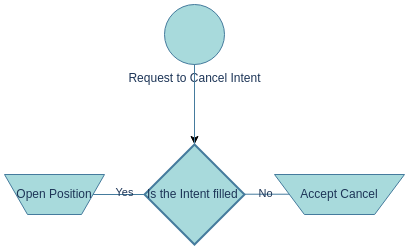
Above: hedger_docs/pngs/CancelIntent.drawio.png in SYMM-IO/docs (draw.io), before the change. Source tidied: cells renumbered, new cells last; positions are measured from the earlier drawing's top-left corner, leaving out a move shared by most shapes. Its diagram source:
```xml
<mxGraphModel>
  <root>
    <mxCell id="0" />
    <mxCell id="1" parent="0" />
    <mxCell id="2" style="edgeStyle=orthogonalEdgeStyle;rounded=0;jettySize=auto;html=1;" parent="1" edge="1" source="3">
      <mxGeometry relative="1" as="geometry">
        <mxPoint x="190" y="140" as="targetPoint" />
      </mxGeometry>
    </mxCell>
    <mxCell id="3" value="Request to Cancel Intent" style="verticalLabelPosition=bottom;verticalAlign=top;html=1;shape=mxgraph.flowchart.on-page_reference;labelBackgroundColor=none;fillColor=#A8DADC;strokeColor=#457B9D;fontColor=#1D3557;" parent="1" vertex="1">
      <mxGeometry x="160" width="60" height="60" as="geometry" />
    </mxCell>
    <mxCell id="4" style="endArrow=none;html=1;rounded=0;exitX=0.5;exitY=0;exitDx=0;exitDy=0;exitPerimeter=0;labelBackgroundColor=none;strokeColor=#457B9D;fontColor=default;" parent="1" edge="1">
      <mxGeometry relative="1" as="geometry">
        <mxPoint x="190" y="140" as="sourcePoint" />
        <mxPoint x="190" y="60" as="targetPoint" />
      </mxGeometry>
    </mxCell>
    <mxCell id="5" value="Is the Intent filled&amp;nbsp;" style="strokeWidth=2;html=1;shape=mxgraph.flowchart.decision;whiteSpace=wrap;fillColor=#A8DADC;strokeColor=#457B9D;labelBackgroundColor=none;fontColor=#1D3557;" parent="1" vertex="1">
      <mxGeometry x="140" y="140" width="100" height="100" as="geometry" />
    </mxCell>
    <mxCell id="6" style="endArrow=none;html=1;rounded=0;entryX=0.5;entryY=1;entryDx=0;entryDy=0;entryPerimeter=0;labelBackgroundColor=none;strokeColor=#457B9D;fontColor=default;" parent="1" edge="1" source="8">
      <mxGeometry relative="1" as="geometry">
        <mxPoint x="139.4" y="190" as="targetPoint" />
      </mxGeometry>
    </mxCell>
    <mxCell id="7" value="Yes" style="edgeLabel;html=1;align=center;verticalAlign=middle;labelBackgroundColor=none;fontColor=#1D3557;" parent="6" vertex="1">
      <mxGeometry x="0.22" y="2" relative="1" as="geometry" />
    </mxCell>
    <mxCell id="8" value="Open Position" style="verticalLabelPosition=middle;verticalAlign=middle;html=1;shape=trapezoid;perimeter=trapezoidPerimeter;whiteSpace=wrap;size=0.23;arcSize=10;flipV=1;labelPosition=center;align=center;strokeColor=#457B9D;fontColor=#1D3557;fillColor=#A8DADC;" parent="1" vertex="1">
      <mxGeometry y="170" width="100" height="40" as="geometry" />
    </mxCell>
    <mxCell id="9" style="endArrow=none;html=1;rounded=0;entryX=0;entryY=0.5;entryDx=0;entryDy=0;entryPerimeter=0;labelBackgroundColor=none;strokeColor=#457B9D;fontColor=default;" parent="1" edge="1">
      <mxGeometry relative="1" as="geometry">
        <mxPoint x="240" y="189.7" as="sourcePoint" />
        <mxPoint x="290" y="189.7" as="targetPoint" />
      </mxGeometry>
    </mxCell>
    <mxCell id="10" value="No" style="edgeLabel;html=1;align=center;verticalAlign=middle;labelBackgroundColor=none;fontColor=#1D3557;" parent="9" vertex="1">
      <mxGeometry x="-0.18" y="1" relative="1" as="geometry" />
    </mxCell>
    <mxCell id="11" value="Accept Cancel" style="verticalLabelPosition=middle;verticalAlign=middle;html=1;shape=trapezoid;perimeter=trapezoidPerimeter;whiteSpace=wrap;size=0.23;arcSize=10;flipV=1;labelPosition=center;align=center;strokeColor=#457B9D;fontColor=#1D3557;fillColor=#A8DADC;" parent="1" vertex="1">
      <mxGeometry x="270" y="170" width="130" height="40" as="geometry" />
    </mxCell>
  </root>
</mxGraphModel>
```
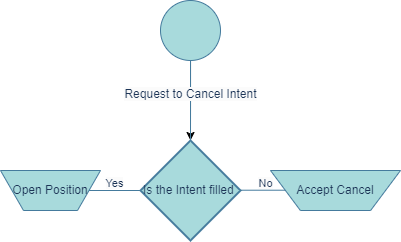
After the change.

Change to the diagram source:
```diff
@@ -7,10 +7,10 @@
         <mxPoint x="190" y="140" as="targetPoint" />
       </mxGeometry>
     </mxCell>
-    <mxCell id="3" value="Request to Cancel Intent" style="verticalLabelPosition=bottom;verticalAlign=top;html=1;shape=mxgraph.flowchart.on-page_reference;labelBackgroundColor=none;fillColor=#A8DADC;strokeColor=#457B9D;fontColor=#1D3557;" parent="1" vertex="1">
+    <mxCell id="3" style="verticalLabelPosition=bottom;verticalAlign=top;html=1;shape=mxgraph.flowchart.on-page_reference;labelBackgroundColor=none;fillColor=#A8DADC;strokeColor=#457B9D;fontColor=#1D3557;" parent="1" vertex="1">
       <mxGeometry x="160" width="60" height="60" as="geometry" />
     </mxCell>
-    <mxCell id="4" style="endArrow=none;html=1;rounded=0;exitX=0.5;exitY=0;exitDx=0;exitDy=0;exitPerimeter=0;labelBackgroundColor=none;strokeColor=#457B9D;fontColor=default;" parent="1" edge="1">
+    <mxCell id="4" value="&#10;&lt;span style=&quot;color: rgb(29, 53, 87); font-family: Helvetica; font-size: 12px; font-style: normal; font-variant-ligatures: normal; font-variant-caps: normal; font-weight: 400; letter-spacing: normal; orphans: 2; text-align: center; text-indent: 0px; text-transform: none; widows: 2; word-spacing: 0px; -webkit-text-stroke-width: 0px; background-color: rgb(251, 251, 251); text-decoration-thickness: initial; text-decoration-style: initial; text-decoration-color: initial; float: none; display: inline !important;&quot;&gt;Request to Cancel Intent&lt;/span&gt;&#10;&#10;" style="endArrow=none;html=1;rounded=0;exitX=0.5;exitY=0;exitDx=0;exitDy=0;exitPerimeter=0;labelBackgroundColor=none;strokeColor=#457B9D;fontColor=default;" parent="1" edge="1">
       <mxGeometry relative="1" as="geometry">
         <mxPoint x="190" y="140" as="sourcePoint" />
         <mxPoint x="190" y="60" as="targetPoint" />
@@ -19,26 +19,20 @@
     <mxCell id="5" value="Is the Intent filled&amp;nbsp;" style="strokeWidth=2;html=1;shape=mxgraph.flowchart.decision;whiteSpace=wrap;fillColor=#A8DADC;strokeColor=#457B9D;labelBackgroundColor=none;fontColor=#1D3557;" parent="1" vertex="1">
       <mxGeometry x="140" y="140" width="100" height="100" as="geometry" />
     </mxCell>
-    <mxCell id="6" style="endArrow=none;html=1;rounded=0;entryX=0.5;entryY=1;entryDx=0;entryDy=0;entryPerimeter=0;labelBackgroundColor=none;strokeColor=#457B9D;fontColor=default;" parent="1" edge="1" source="8">
+    <mxCell id="6" value="&#10;&lt;span style=&quot;color: rgb(29, 53, 87); font-family: Helvetica; font-size: 11px; font-style: normal; font-variant-ligatures: normal; font-variant-caps: normal; font-weight: 400; letter-spacing: normal; orphans: 2; text-align: center; text-indent: 0px; text-transform: none; widows: 2; word-spacing: 0px; -webkit-text-stroke-width: 0px; background-color: rgb(251, 251, 251); text-decoration-thickness: initial; text-decoration-style: initial; text-decoration-color: initial; float: none; display: inline !important;&quot;&gt;Yes&lt;/span&gt;&#10;&#10;" style="endArrow=none;html=1;rounded=0;entryX=0.5;entryY=1;entryDx=0;entryDy=0;entryPerimeter=0;labelBackgroundColor=none;strokeColor=#457B9D;fontColor=default;" parent="1" edge="1" source="8">
       <mxGeometry relative="1" as="geometry">
         <mxPoint x="139.4" y="190" as="targetPoint" />
       </mxGeometry>
     </mxCell>
-    <mxCell id="7" value="Yes" style="edgeLabel;html=1;align=center;verticalAlign=middle;labelBackgroundColor=none;fontColor=#1D3557;" parent="6" vertex="1">
-      <mxGeometry x="0.22" y="2" relative="1" as="geometry" />
-    </mxCell>
     <mxCell id="8" value="Open Position" style="verticalLabelPosition=middle;verticalAlign=middle;html=1;shape=trapezoid;perimeter=trapezoidPerimeter;whiteSpace=wrap;size=0.23;arcSize=10;flipV=1;labelPosition=center;align=center;strokeColor=#457B9D;fontColor=#1D3557;fillColor=#A8DADC;" parent="1" vertex="1">
       <mxGeometry y="170" width="100" height="40" as="geometry" />
     </mxCell>
-    <mxCell id="9" style="endArrow=none;html=1;rounded=0;entryX=0;entryY=0.5;entryDx=0;entryDy=0;entryPerimeter=0;labelBackgroundColor=none;strokeColor=#457B9D;fontColor=default;" parent="1" edge="1">
+    <mxCell id="9" value="&#10;&lt;span style=&quot;color: rgb(29, 53, 87); font-family: Helvetica; font-size: 11px; font-style: normal; font-variant-ligatures: normal; font-variant-caps: normal; font-weight: 400; letter-spacing: normal; orphans: 2; text-align: center; text-indent: 0px; text-transform: none; widows: 2; word-spacing: 0px; -webkit-text-stroke-width: 0px; background-color: rgb(251, 251, 251); text-decoration-thickness: initial; text-decoration-style: initial; text-decoration-color: initial; float: none; display: inline !important;&quot;&gt;No&lt;/span&gt;&#10;&#10;" style="endArrow=none;html=1;rounded=0;entryX=0;entryY=0.5;entryDx=0;entryDy=0;entryPerimeter=0;labelBackgroundColor=none;strokeColor=#457B9D;fontColor=default;" parent="1" edge="1">
       <mxGeometry relative="1" as="geometry">
         <mxPoint x="240" y="189.7" as="sourcePoint" />
         <mxPoint x="290" y="189.7" as="targetPoint" />
       </mxGeometry>
     </mxCell>
-    <mxCell id="10" value="No" style="edgeLabel;html=1;align=center;verticalAlign=middle;labelBackgroundColor=none;fontColor=#1D3557;" parent="9" vertex="1">
-      <mxGeometry x="-0.18" y="1" relative="1" as="geometry" />
-    </mxCell>
     <mxCell id="11" value="Accept Cancel" style="verticalLabelPosition=middle;verticalAlign=middle;html=1;shape=trapezoid;perimeter=trapezoidPerimeter;whiteSpace=wrap;size=0.23;arcSize=10;flipV=1;labelPosition=center;align=center;strokeColor=#457B9D;fontColor=#1D3557;fillColor=#A8DADC;" parent="1" vertex="1">
       <mxGeometry x="270" y="170" width="130" height="40" as="geometry" />
     </mxCell>
```
